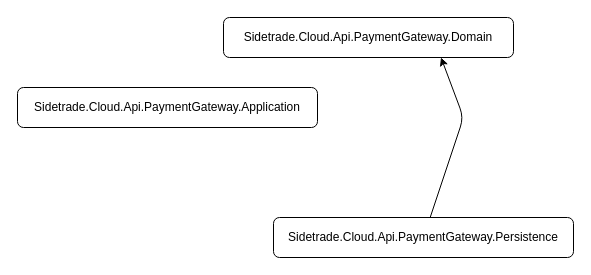
This is documentation/architecture.drawio from keniz01/PaymentGateway, a draw.io file, before an edit. Source tidied: cells renumbered, new cells numbered last; positions are measured from the earlier drawing's top-left corner, leaving out a move shared by most shapes. Both pictures are drawn from the tidied source at 100%, with x=0, y=0 at pixel (17, 17).
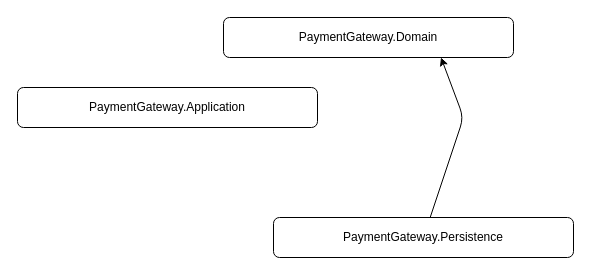
After the change.

The edit, as a diff of the source:
```diff
@@
 <mxGraphModel>
   <root>
     <mxCell id="0" />
     <mxCell id="1" parent="0" />
-    <mxCell id="2" value="Sidetrade.Cloud.Api.PaymentGateway.Domain" style="rounded=1;whiteSpace=wrap;html=1;" parent="1" vertex="1">
+    <mxCell id="2" value="PaymentGateway.Domain" style="rounded=1;whiteSpace=wrap;html=1;" parent="1" vertex="1">
       <mxGeometry x="206" width="290" height="40" as="geometry" />
     </mxCell>
-    <mxCell id="3" value="Sidetrade.Cloud.Api.PaymentGateway.Application" style="rounded=1;whiteSpace=wrap;html=1;" parent="1" vertex="1">
+    <mxCell id="3" value="PaymentGateway.Application" style="rounded=1;whiteSpace=wrap;html=1;" parent="1" vertex="1">
       <mxGeometry y="70" width="300" height="40" as="geometry" />
     </mxCell>
     <mxCell id="4" style="edgeStyle=none;html=1;entryX=0.75;entryY=1;entryDx=0;entryDy=0;" parent="1" edge="1" source="5" target="2">
       <mxGeometry relative="1" as="geometry">
         <Array as="points">
           <mxPoint x="446" y="100" />
         </Array>
       </mxGeometry>
     </mxCell>
-    <mxCell id="5" value="Sidetrade.Cloud.Api.PaymentGateway.Persistence" style="rounded=1;whiteSpace=wrap;html=1;" parent="1" vertex="1">
+    <mxCell id="5" value="PaymentGateway.Persistence" style="rounded=1;whiteSpace=wrap;html=1;" parent="1" vertex="1">
       <mxGeometry x="256" y="200" width="300" height="40" as="geometry" />
     </mxCell>
   </root>
 </mxGraphModel>
```
